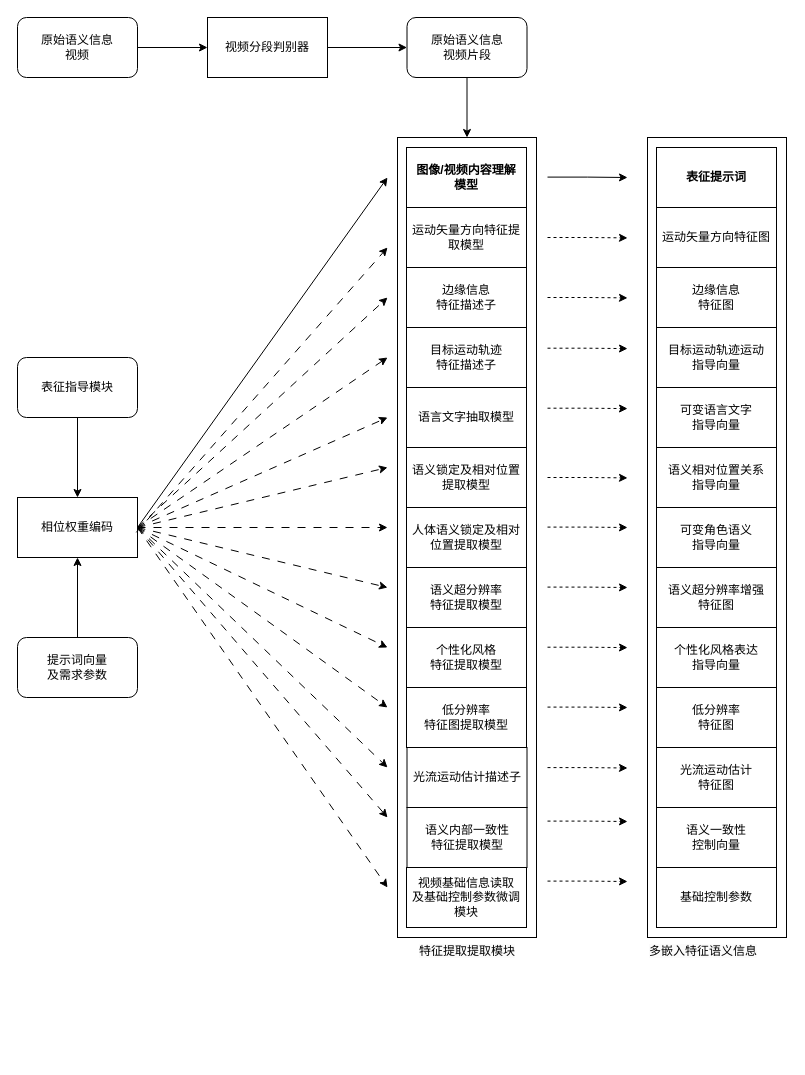
hrf666666/FlowCharts keeps this draw.io diagram as 视频提取模块v2.drawio. Above is the earlier version. Source tidied: cells renumbered, new cells numbered last; positions are measured from the earlier drawing's top-left corner, leaving out a move shared by most shapes. Both pictures are drawn from the tidied source at 100%, with x=0, y=0 at pixel (17, 17).
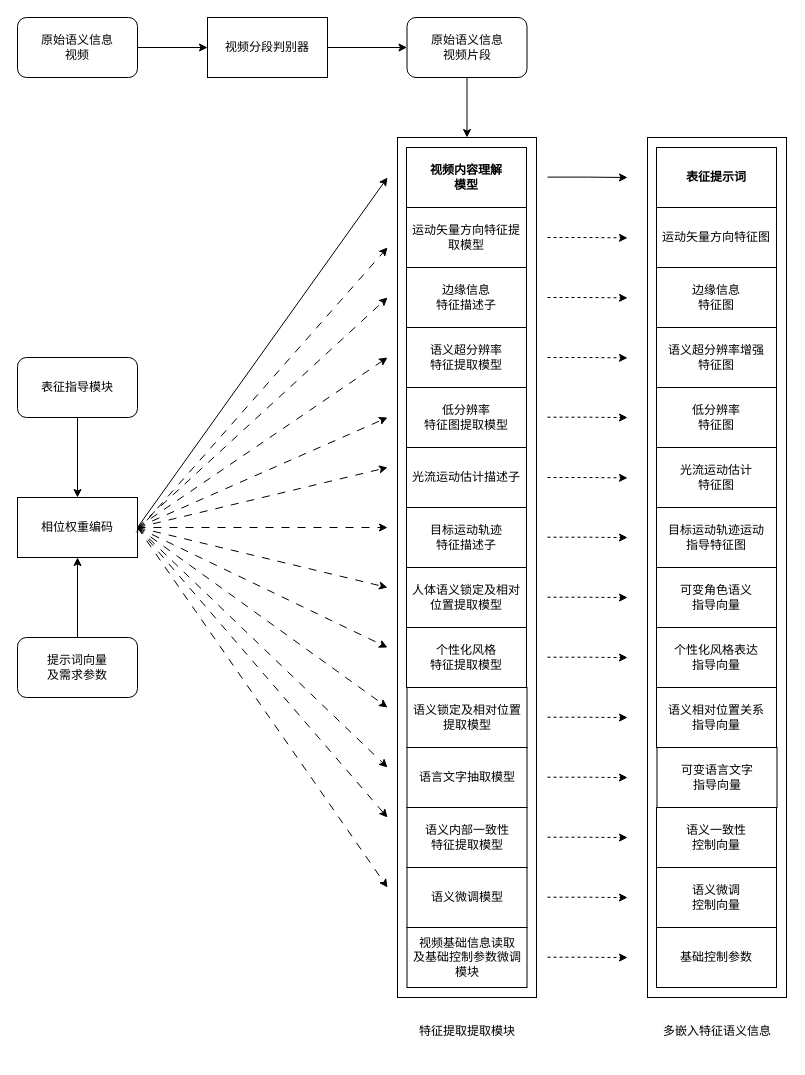
After the change.

Commit message:
更新视频提取模块v2.drawio

What changed in the source:
```diff
@@
     <mxCell id="8" style="rounded=0;whiteSpace=wrap;html=1;" parent="1" vertex="1">
-      <mxGeometry x="630" y="120" width="139" height="800" as="geometry" />
+      <mxGeometry x="630" y="120" width="139" height="860" as="geometry" />
     </mxCell>
     <mxCell id="9" value="&lt;span style=&quot;color: rgb(0, 0, 0); font-family: Helvetica; font-size: 12px; font-style: normal; font-variant-ligatures: normal; font-variant-caps: normal; font-weight: 400; letter-spacing: normal; orphans: 2; text-align: center; text-indent: 0px; text-transform: none; widows: 2; word-spacing: 0px; -webkit-text-stroke-width: 0px; white-space: normal; background-color: rgb(251, 251, 251); text-decoration-thickness: initial; text-decoration-style: initial; text-decoration-color: initial; display: inline !important; float: none;&quot;&gt;特征提取提取模块&lt;/span&gt;" style="text;whiteSpace=wrap;html=1;" parent="1" vertex="1">
-      <mxGeometry x="400" y="920" width="130" height="40" as="geometry" />
+      <mxGeometry x="399.5" y="1000" width="110" height="40" as="geometry" />
     </mxCell>
@@
-    <mxCell id="12" value="目标运动轨迹运动&lt;div&gt;指导向量&lt;/div&gt;" style="rounded=0;whiteSpace=wrap;html=1;" parent="1" vertex="1">
-      <mxGeometry x="639" y="310" width="120" height="60" as="geometry" />
+    <mxCell id="12" value="目标运动轨迹运动&lt;div&gt;指导特征图&lt;/div&gt;" style="rounded=0;whiteSpace=wrap;html=1;" parent="1" vertex="1">
+      <mxGeometry x="639" y="490" width="120" height="60" as="geometry" />
     </mxCell>
     <mxCell id="13" value="语义超分辨率增强&lt;div&gt;特征图&lt;/div&gt;" style="rounded=0;whiteSpace=wrap;html=1;" parent="1" vertex="1">
-      <mxGeometry x="639" y="550" width="120" height="60" as="geometry" />
+      <mxGeometry x="639" y="310" width="120" height="60" as="geometry" />
     </mxCell>
     <mxCell id="14" value="可变语言文字&lt;div&gt;指导向量&lt;/div&gt;" style="rounded=0;whiteSpace=wrap;html=1;" parent="1" vertex="1">
-      <mxGeometry x="639" y="370" width="120" height="60" as="geometry" />
+      <mxGeometry x="639.5" y="730" width="120" height="60" as="geometry" />
     </mxCell>
     <mxCell id="15" value="&lt;div&gt;可变角色语义&lt;/div&gt;&lt;div&gt;指导向量&lt;/div&gt;" style="rounded=0;whiteSpace=wrap;html=1;" parent="1" vertex="1">
-      <mxGeometry x="639" y="490" width="120" height="60" as="geometry" />
+      <mxGeometry x="639" y="550" width="120" height="60" as="geometry" />
     </mxCell>
@@
     <mxCell id="17" value="&lt;div&gt;低分辨率&lt;/div&gt;&lt;div&gt;特征图&lt;/div&gt;" style="rounded=0;whiteSpace=wrap;html=1;" parent="1" vertex="1">
-      <mxGeometry x="639" y="670" width="120" height="60" as="geometry" />
+      <mxGeometry x="639" y="370" width="120" height="60" as="geometry" />
     </mxCell>
@@
     <mxCell id="19" value="&lt;div&gt;光流运动估计&lt;/div&gt;&lt;div&gt;特征图&lt;/div&gt;" style="rounded=0;whiteSpace=wrap;html=1;" parent="1" vertex="1">
-      <mxGeometry x="639" y="730" width="120" height="60" as="geometry" />
+      <mxGeometry x="639" y="430" width="120" height="60" as="geometry" />
     </mxCell>
@@
     <mxCell id="21" value="&lt;div&gt;基础控制参数&lt;/div&gt;" style="rounded=0;whiteSpace=wrap;html=1;" parent="1" vertex="1">
-      <mxGeometry x="639" y="850" width="120" height="60" as="geometry" />
+      <mxGeometry x="639" y="910" width="120" height="60" as="geometry" />
     </mxCell>
     <mxCell id="22" style="rounded=0;whiteSpace=wrap;html=1;" parent="1" vertex="1">
-      <mxGeometry x="380" y="120" width="139" height="800" as="geometry" />
+      <mxGeometry x="380" y="120" width="139" height="860" as="geometry" />
     </mxCell>
@@
-    <mxCell id="25" value="&lt;b&gt;图像/视频内容理解&lt;/b&gt;&lt;div&gt;&lt;b&gt;模型&lt;/b&gt;&lt;/div&gt;" style="rounded=0;whiteSpace=wrap;html=1;" parent="1" vertex="1">
+    <mxCell id="25" value="&lt;b&gt;视频内容理解&lt;/b&gt;&lt;div&gt;&lt;b&gt;模型&lt;/b&gt;&lt;/div&gt;" style="rounded=0;whiteSpace=wrap;html=1;" parent="1" vertex="1">
       <mxGeometry x="389" y="130" width="120" height="60" as="geometry" />
     </mxCell>
     <mxCell id="26" value="目标运动轨迹&lt;div&gt;特征描述子&lt;/div&gt;" style="rounded=0;whiteSpace=wrap;html=1;" parent="1" vertex="1">
-      <mxGeometry x="389" y="310" width="120" height="60" as="geometry" />
+      <mxGeometry x="389" y="490" width="120" height="60" as="geometry" />
     </mxCell>
     <mxCell id="27" value="语义锁定及相对位置提取模型" style="rounded=0;whiteSpace=wrap;html=1;" parent="1" vertex="1">
-      <mxGeometry x="389" y="430" width="120" height="60" as="geometry" />
+      <mxGeometry x="389.5" y="670" width="120" height="60" as="geometry" />
     </mxCell>
     <mxCell id="28" value="语义超分辨率&lt;div&gt;特征提取模型&lt;/div&gt;" style="rounded=0;whiteSpace=wrap;html=1;" parent="1" vertex="1">
-      <mxGeometry x="389" y="550" width="120" height="60" as="geometry" />
+      <mxGeometry x="389" y="310" width="120" height="60" as="geometry" />
     </mxCell>
     <mxCell id="29" value="语言文字抽取&lt;span style=&quot;background-color: initial;&quot;&gt;模型&lt;/span&gt;" style="rounded=0;whiteSpace=wrap;html=1;" parent="1" vertex="1">
-      <mxGeometry x="389" y="370" width="120" height="60" as="geometry" />
+      <mxGeometry x="389.5" y="730" width="120" height="60" as="geometry" />
     </mxCell>
     <mxCell id="30" value="&lt;div&gt;人体语义锁定及相对位置提取模型&lt;/div&gt;" style="rounded=0;whiteSpace=wrap;html=1;" parent="1" vertex="1">
-      <mxGeometry x="389" y="490" width="120" height="60" as="geometry" />
+      <mxGeometry x="389" y="550" width="120" height="60" as="geometry" />
     </mxCell>
@@
     <mxCell id="32" value="&lt;div&gt;低分辨率&lt;/div&gt;&lt;div&gt;特征图提取模型&lt;/div&gt;" style="rounded=0;whiteSpace=wrap;html=1;" parent="1" vertex="1">
-      <mxGeometry x="389" y="670" width="120" height="60" as="geometry" />
+      <mxGeometry x="389" y="370" width="120" height="60" as="geometry" />
     </mxCell>
@@
     <mxCell id="34" value="&lt;div&gt;光流运动估计描述子&lt;/div&gt;" style="rounded=0;whiteSpace=wrap;html=1;" parent="1" vertex="1">
-      <mxGeometry x="389.5" y="730" width="120" height="60" as="geometry" />
+      <mxGeometry x="389" y="430" width="120" height="60" as="geometry" />
     </mxCell>
@@
     <mxCell id="36" value="&lt;div&gt;视频基础信息读取&lt;/div&gt;&lt;div&gt;及基础控制参数微调模块&lt;/div&gt;" style="rounded=0;whiteSpace=wrap;html=1;" parent="1" vertex="1">
-      <mxGeometry x="389" y="850" width="120" height="60" as="geometry" />
+      <mxGeometry x="389.5" y="910" width="120" height="60" as="geometry" />
     </mxCell>
     <mxCell id="37" value="&lt;span style=&quot;color: rgb(0, 0, 0); font-family: Helvetica; font-size: 12px; font-style: normal; font-variant-ligatures: normal; font-variant-caps: normal; font-weight: 400; letter-spacing: normal; orphans: 2; text-align: center; text-indent: 0px; text-transform: none; widows: 2; word-spacing: 0px; -webkit-text-stroke-width: 0px; white-space: normal; background-color: rgb(251, 251, 251); text-decoration-thickness: initial; text-decoration-style: initial; text-decoration-color: initial; display: inline !important; float: none;&quot;&gt;多嵌入特征语义信息&lt;/span&gt;" style="text;whiteSpace=wrap;html=1;" parent="1" vertex="1">
-      <mxGeometry x="630" y="920" width="140" height="40" as="geometry" />
+      <mxGeometry x="643.5" y="1000" width="111" height="40" as="geometry" />
     </mxCell>
@@
     <mxCell id="53" style="edgeStyle=orthogonalEdgeStyle;rounded=0;orthogonalLoop=1;jettySize=auto;html=1;dashed=1;" parent="1" edge="1">
       <mxGeometry relative="1" as="geometry">
-        <mxPoint x="530" y="330.7" as="sourcePoint" />
-        <mxPoint x="610" y="331.1" as="targetPoint" />
+        <mxPoint x="530" y="340" as="sourcePoint" />
+        <mxPoint x="610" y="340.4" as="targetPoint" />
         <Array as="points">
-          <mxPoint x="570" y="330.7" />
-          <mxPoint x="570" y="330.7" />
+          <mxPoint x="570" y="340" />
+          <mxPoint x="570" y="340" />
         </Array>
       </mxGeometry>
     </mxCell>
     <mxCell id="54" style="edgeStyle=orthogonalEdgeStyle;rounded=0;orthogonalLoop=1;jettySize=auto;html=1;dashed=1;" parent="1" edge="1">
       <mxGeometry relative="1" as="geometry">
-        <mxPoint x="530" y="390.7" as="sourcePoint" />
-        <mxPoint x="610" y="391.1" as="targetPoint" />
+        <mxPoint x="530" y="399.7" as="sourcePoint" />
+        <mxPoint x="610" y="400.1" as="targetPoint" />
         <Array as="points">
-          <mxPoint x="570" y="390.7" />
-          <mxPoint x="570" y="390.7" />
+          <mxPoint x="570" y="399.7" />
+          <mxPoint x="570" y="399.7" />
         </Array>
       </mxGeometry>
     </mxCell>
@@
     <mxCell id="56" style="edgeStyle=orthogonalEdgeStyle;rounded=0;orthogonalLoop=1;jettySize=auto;html=1;dashed=1;" parent="1" edge="1">
       <mxGeometry relative="1" as="geometry">
-        <mxPoint x="530" y="509.6" as="sourcePoint" />
-        <mxPoint x="610" y="510" as="targetPoint" />
+        <mxPoint x="530" y="519.7" as="sourcePoint" />
+        <mxPoint x="610" y="520.1" as="targetPoint" />
         <Array as="points">
-          <mxPoint x="570" y="509.6" />
-          <mxPoint x="570" y="509.6" />
+          <mxPoint x="570" y="519.7" />
+          <mxPoint x="570" y="519.7" />
         </Array>
       </mxGeometry>
     </mxCell>
     <mxCell id="57" style="edgeStyle=orthogonalEdgeStyle;rounded=0;orthogonalLoop=1;jettySize=auto;html=1;dashed=1;" parent="1" edge="1">
       <mxGeometry relative="1" as="geometry">
-        <mxPoint x="530" y="569.6" as="sourcePoint" />
-        <mxPoint x="610" y="570" as="targetPoint" />
+        <mxPoint x="530" y="579.7" as="sourcePoint" />
+        <mxPoint x="610" y="580.1" as="targetPoint" />
         <Array as="points">
-          <mxPoint x="570" y="569.6" />
-          <mxPoint x="570" y="569.6" />
+          <mxPoint x="570" y="579.7" />
+          <mxPoint x="570" y="579.7" />
         </Array>
       </mxGeometry>
     </mxCell>
     <mxCell id="58" style="edgeStyle=orthogonalEdgeStyle;rounded=0;orthogonalLoop=1;jettySize=auto;html=1;dashed=1;" parent="1" edge="1">
       <mxGeometry relative="1" as="geometry">
-        <mxPoint x="530" y="629.7" as="sourcePoint" />
-        <mxPoint x="610" y="630.1" as="targetPoint" />
+        <mxPoint x="530" y="639.7" as="sourcePoint" />
+        <mxPoint x="610" y="640.1" as="targetPoint" />
         <Array as="points">
-          <mxPoint x="570" y="629.7" />
-          <mxPoint x="570" y="629.7" />
+          <mxPoint x="570" y="639.7" />
+          <mxPoint x="570" y="639.7" />
         </Array>
       </mxGeometry>
     </mxCell>
     <mxCell id="59" style="edgeStyle=orthogonalEdgeStyle;rounded=0;orthogonalLoop=1;jettySize=auto;html=1;dashed=1;" parent="1" edge="1">
       <mxGeometry relative="1" as="geometry">
-        <mxPoint x="530" y="689.6" as="sourcePoint" />
-        <mxPoint x="610" y="690" as="targetPoint" />
+        <mxPoint x="530" y="699.7" as="sourcePoint" />
+        <mxPoint x="610" y="700.1" as="targetPoint" />
         <Array as="points">
-          <mxPoint x="570" y="689.6" />
-          <mxPoint x="570" y="689.6" />
+          <mxPoint x="570" y="699.7" />
+          <mxPoint x="570" y="699.7" />
         </Array>
       </mxGeometry>
     </mxCell>
     <mxCell id="60" style="edgeStyle=orthogonalEdgeStyle;rounded=0;orthogonalLoop=1;jettySize=auto;html=1;dashed=1;" parent="1" edge="1">
       <mxGeometry relative="1" as="geometry">
-        <mxPoint x="530" y="750.1" as="sourcePoint" />
-        <mxPoint x="610" y="750.5" as="targetPoint" />
+        <mxPoint x="530" y="759.7" as="sourcePoint" />
+        <mxPoint x="610" y="760.1" as="targetPoint" />
         <Array as="points">
-          <mxPoint x="570" y="750.1" />
-          <mxPoint x="570" y="750.1" />
+          <mxPoint x="570" y="759.7" />
+          <mxPoint x="570" y="759.7" />
         </Array>
       </mxGeometry>
     </mxCell>
     <mxCell id="61" style="edgeStyle=orthogonalEdgeStyle;rounded=0;orthogonalLoop=1;jettySize=auto;html=1;dashed=1;" parent="1" edge="1">
       <mxGeometry relative="1" as="geometry">
-        <mxPoint x="530" y="803.6" as="sourcePoint" />
-        <mxPoint x="610" y="804" as="targetPoint" />
+        <mxPoint x="530" y="819.7" as="sourcePoint" />
+        <mxPoint x="610" y="820.1" as="targetPoint" />
         <Array as="points">
-          <mxPoint x="570" y="803.6" />
-          <mxPoint x="570" y="803.6" />
+          <mxPoint x="570" y="819.7" />
+          <mxPoint x="570" y="819.7" />
         </Array>
       </mxGeometry>
     </mxCell>
     <mxCell id="62" style="edgeStyle=orthogonalEdgeStyle;rounded=0;orthogonalLoop=1;jettySize=auto;html=1;dashed=1;" parent="1" edge="1">
       <mxGeometry relative="1" as="geometry">
-        <mxPoint x="530" y="863.6" as="sourcePoint" />
-        <mxPoint x="610" y="864" as="targetPoint" />
+        <mxPoint x="530" y="879.7" as="sourcePoint" />
+        <mxPoint x="610" y="880.1" as="targetPoint" />
         <Array as="points">
-          <mxPoint x="570" y="863.6" />
-          <mxPoint x="570" y="863.6" />
+          <mxPoint x="570" y="879.7" />
+          <mxPoint x="570" y="879.7" />
         </Array>
       </mxGeometry>
     </mxCell>
@@
     <mxCell id="64" value="语义相对位置关系&lt;div&gt;指导向量&lt;/div&gt;" style="rounded=0;whiteSpace=wrap;html=1;" parent="1" vertex="1">
-      <mxGeometry x="639" y="430" width="120" height="60" as="geometry" />
+      <mxGeometry x="639" y="670" width="120" height="60" as="geometry" />
     </mxCell>
@@
+    <mxCell id="69" value="&lt;div&gt;语义微调&lt;span style=&quot;background-color: initial;&quot;&gt;模型&lt;/span&gt;&lt;/div&gt;" style="rounded=0;whiteSpace=wrap;html=1;" parent="1" vertex="1">
+      <mxGeometry x="389.5" y="850" width="120" height="60" as="geometry" />
+    </mxCell>
+    <mxCell id="70" value="&lt;div&gt;语义微调&lt;/div&gt;&lt;div&gt;控制向量&lt;/div&gt;" style="rounded=0;whiteSpace=wrap;html=1;" parent="1" vertex="1">
+      <mxGeometry x="639" y="850" width="120" height="60" as="geometry" />
+    </mxCell>
+    <mxCell id="71" style="edgeStyle=orthogonalEdgeStyle;rounded=0;orthogonalLoop=1;jettySize=auto;html=1;dashed=1;" parent="1" edge="1">
+      <mxGeometry relative="1" as="geometry">
+        <mxPoint x="530" y="939.7" as="sourcePoint" />
+        <mxPoint x="610" y="940.1" as="targetPoint" />
+        <Array as="points">
+          <mxPoint x="570" y="939.7" />
+          <mxPoint x="570" y="939.7" />
+        </Array>
+      </mxGeometry>
+    </mxCell>
```
